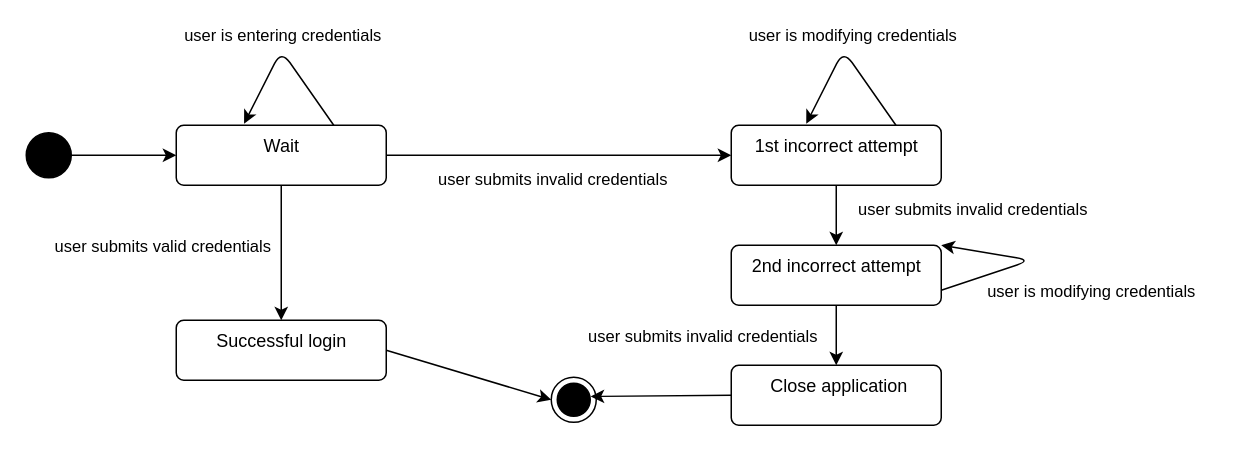
Earlier version of the draw.io diagram docs/assets/uml-state-diagram.drawio (creme332/biblionex). Source tidied: cells renumbered, new cells numbered last; positions are measured from the earlier drawing's top-left corner, leaving out a move shared by most shapes. Both pictures are drawn from the tidied source at 150%, with x=0, y=0 at pixel (26, 50).
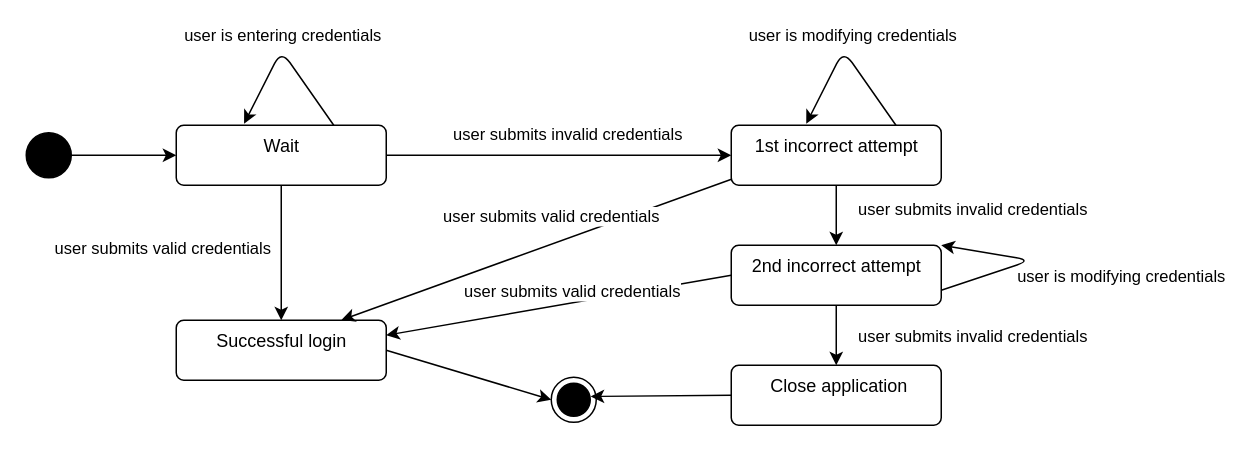
The same diagram, later.

Commit message:
add missing arrows

Unchanged cells that the change refers to:
```xml
<mxCell id="3" style="edgeStyle=none;html=1;exitX=1;exitY=0.5;exitDx=0;exitDy=0;entryX=0;entryY=0.5;entryDx=0;entryDy=0;" parent="1" edge="1" source="7" target="8">
  <mxGeometry relative="1" as="geometry" />
</mxCell>
<mxCell id="5" style="edgeStyle=none;html=1;exitX=0.5;exitY=1;exitDx=0;exitDy=0;entryX=0.5;entryY=0;entryDx=0;entryDy=0;" parent="1" edge="1" source="7" target="10">
  <mxGeometry relative="1" as="geometry" />
</mxCell>
<mxCell id="8" value="1st incorrect attempt" style="html=1;align=center;verticalAlign=top;rounded=1;absoluteArcSize=1;arcSize=10;dashed=0;" parent="1" vertex="1">
  <mxGeometry x="470" y="50" width="140" height="40" as="geometry" />
</mxCell>
<mxCell id="10" value="Successful login" style="html=1;align=center;verticalAlign=top;rounded=1;absoluteArcSize=1;arcSize=10;dashed=0;" parent="1" vertex="1">
  <mxGeometry x="100" y="180" width="140" height="40" as="geometry" />
</mxCell>
<mxCell id="15" value="2nd incorrect attempt" style="html=1;align=center;verticalAlign=top;rounded=1;absoluteArcSize=1;arcSize=10;dashed=0;" parent="1" vertex="1">
  <mxGeometry x="470" y="130" width="140" height="40" as="geometry" />
</mxCell>
<mxCell id="20" style="edgeStyle=none;html=1;exitX=1;exitY=0.75;exitDx=0;exitDy=0;" parent="1" edge="1" source="15">
  <mxGeometry relative="1" as="geometry">
    <mxPoint x="610" y="130" as="targetPoint" />
    <Array as="points">
      <mxPoint x="670" y="140" />
    </Array>
  </mxGeometry>
</mxCell>
<mxCell id="24" style="edgeStyle=none;html=1;exitX=0.5;exitY=1;exitDx=0;exitDy=0;entryX=0.5;entryY=0;entryDx=0;entryDy=0;" parent="1" edge="1" source="15" target="17">
  <mxGeometry relative="1" as="geometry" />
</mxCell>
```

Diff of the diagram source:
```diff
@@
     <mxCell id="4" value="user submits invalid credentials" style="edgeLabel;html=1;align=center;verticalAlign=middle;" parent="3" vertex="1">
       <mxGeometry x="-0.24" y="-2" relative="1" as="geometry">
-        <mxPoint x="23" y="13" as="offset" />
+        <mxPoint x="33" y="-17" as="offset" />
       </mxGeometry>
     </mxCell>
@@
     <mxCell id="6" value="user submits valid credentials" style="edgeLabel;html=1;align=center;verticalAlign=middle;" parent="5" vertex="1">
       <mxGeometry x="0.17" y="-1" relative="1" as="geometry">
-        <mxPoint x="-79" y="-13" as="offset" />
+        <mxPoint x="-79" y="-12" as="offset" />
       </mxGeometry>
     </mxCell>
@@
     <mxCell id="21" value="user is modifying&amp;nbsp;credentials" style="edgeLabel;html=1;align=center;verticalAlign=middle;" parent="20" vertex="1">
       <mxGeometry x="-0.21" y="-1" relative="1" as="geometry">
-        <mxPoint x="53" y="15" as="offset" />
+        <mxPoint x="73" y="5" as="offset" />
       </mxGeometry>
     </mxCell>
@@
     <mxCell id="25" value="user submits invalid credentials" style="edgeLabel;html=1;align=center;verticalAlign=middle;" parent="24" vertex="1">
       <mxGeometry x="-0.24" y="-2" relative="1" as="geometry">
-        <mxPoint x="-88" y="5" as="offset" />
+        <mxPoint x="92" y="5" as="offset" />
       </mxGeometry>
     </mxCell>
+    <mxCell id="26" style="edgeStyle=none;html=1;exitX=0.001;exitY=0.9;exitDx=0;exitDy=0;entryX=0.787;entryY=-0.005;entryDx=0;entryDy=0;entryPerimeter=0;exitPerimeter=0;" parent="1" edge="1" source="8" target="10">
+      <mxGeometry relative="1" as="geometry" />
+    </mxCell>
+    <mxCell id="27" value="user submits valid credentials" style="edgeLabel;html=1;align=center;verticalAlign=middle;" parent="26" vertex="1">
+      <mxGeometry x="0.17" y="-1" relative="1" as="geometry">
+        <mxPoint x="32" y="-30" as="offset" />
+      </mxGeometry>
+    </mxCell>
+    <mxCell id="28" style="edgeStyle=none;html=1;exitX=0;exitY=0.5;exitDx=0;exitDy=0;entryX=1;entryY=0.25;entryDx=0;entryDy=0;" parent="1" edge="1" source="15" target="10">
+      <mxGeometry relative="1" as="geometry" />
+    </mxCell>
+    <mxCell id="29" value="user submits valid credentials" style="edgeLabel;html=1;align=center;verticalAlign=middle;" parent="28" vertex="1">
+      <mxGeometry x="0.17" y="-1" relative="1" as="geometry">
+        <mxPoint x="29" y="-12" as="offset" />
+      </mxGeometry>
+    </mxCell>
```
